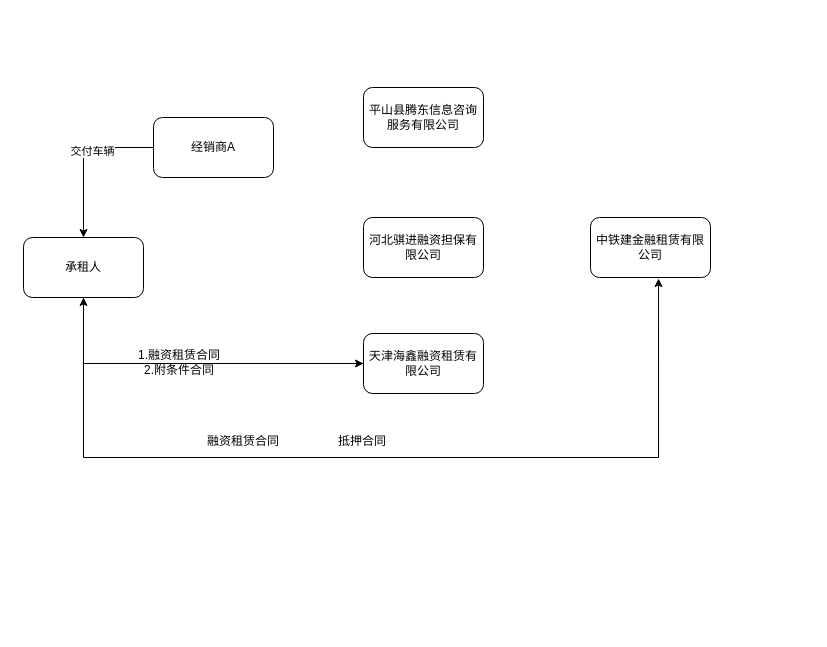
This is 业务形态-交易结构.drawio from XiongZen/QJReconstitution, a draw.io file, before an edit. Source tidied: cells renumbered, new cells numbered last; positions are measured from the earlier drawing's top-left corner, leaving out a move shared by most shapes. Both pictures are drawn from the tidied source at 100%, with x=0, y=0 at pixel (23, 87).
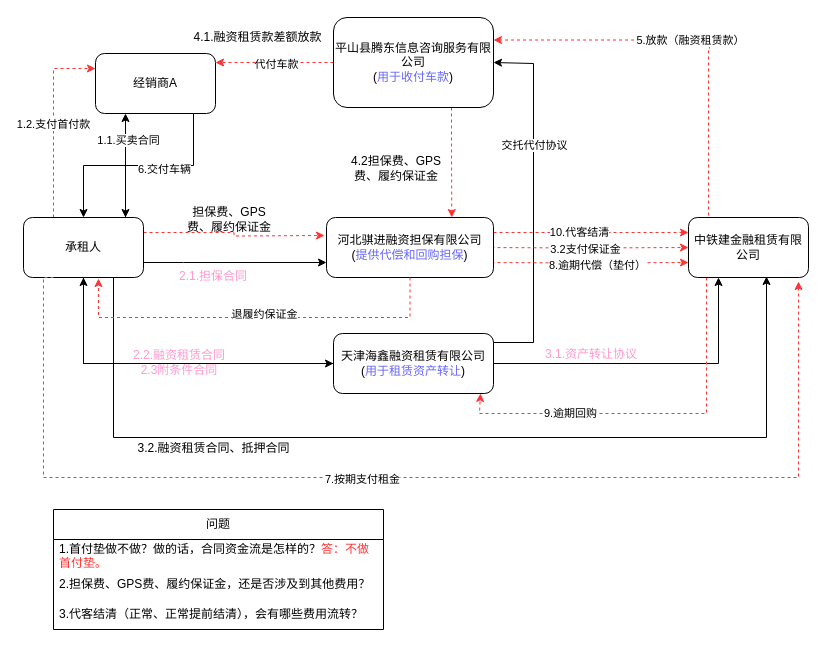
After the change.

Commit message:
Update 业务形态-交易结构.drawio

Diff of the diagram source:
```diff
@@
+    <mxCell id="16" style="edgeStyle=orthogonalEdgeStyle;rounded=0;jettySize=auto;html=1;entryX=1;entryY=0.5;entryDx=0;entryDy=0;dashed=1;strokeColor=#FF3333;" parent="1" edge="1" source="2">
+      <mxGeometry relative="1" as="geometry">
+        <mxPoint x="192" y="-25" as="targetPoint" />
+      </mxGeometry>
+    </mxCell>
+    <mxCell id="17" value="代付车款" style="edgeLabel;html=1;align=center;verticalAlign=middle;" parent="16" vertex="1">
+      <mxGeometry x="-0.02" y="1" relative="1" as="geometry" />
+    </mxCell>
+    <mxCell id="18" style="edgeStyle=orthogonalEdgeStyle;rounded=0;jettySize=auto;html=1;entryX=0.75;entryY=0;entryDx=0;entryDy=0;dashed=1;strokeColor=#FF3333;" parent="1" edge="1" source="2" target="5">
+      <mxGeometry relative="1" as="geometry">
+        <Array as="points">
+          <mxPoint x="428" y="40" />
+          <mxPoint x="428" y="40" />
+        </Array>
+      </mxGeometry>
+    </mxCell>
-    <mxCell id="2" value="平山县腾东信息咨询服务有限公司" style="rounded=1;whiteSpace=wrap;html=1;" parent="1" vertex="1">
-      <mxGeometry x="340" width="120" height="60" as="geometry" />
+    <mxCell id="2" value="平山县腾东信息咨询服务有限公司&lt;div&gt;(&lt;font color=&quot;#6666ff&quot;&gt;用于收付车款&lt;/font&gt;)&lt;/div&gt;" style="rounded=1;whiteSpace=wrap;html=1;" parent="1" vertex="1">
+      <mxGeometry x="310" y="-70" width="160" height="90" as="geometry" />
     </mxCell>
@@
+    <mxCell id="19" style="edgeStyle=orthogonalEdgeStyle;rounded=0;jettySize=auto;html=1;entryX=0.25;entryY=1;entryDx=0;entryDy=0;exitX=1;exitY=0.5;exitDx=0;exitDy=0;" parent="1" edge="1" source="4" target="11">
+      <mxGeometry relative="1" as="geometry" />
+    </mxCell>
+    <mxCell id="20" style="edgeStyle=orthogonalEdgeStyle;rounded=0;jettySize=auto;html=1;entryX=1;entryY=0.5;entryDx=0;entryDy=0;" parent="1" edge="1" target="2">
+      <mxGeometry relative="1" as="geometry">
+        <mxPoint x="461" y="255" as="sourcePoint" />
+        <Array as="points">
+          <mxPoint x="510" y="255" />
+          <mxPoint x="510" y="-24" />
+        </Array>
+      </mxGeometry>
+    </mxCell>
+    <mxCell id="21" value="交托代付协议" style="edgeLabel;html=1;align=center;verticalAlign=middle;" parent="20" vertex="1">
+      <mxGeometry x="0.34" y="-1" relative="1" as="geometry">
+        <mxPoint x="-1" as="offset" />
+      </mxGeometry>
+    </mxCell>
-    <mxCell id="4" value="天津海鑫融资租赁有限公司" style="rounded=1;whiteSpace=wrap;html=1;" parent="1" vertex="1">
-      <mxGeometry x="340" y="246" width="120" height="60" as="geometry" />
+    <mxCell id="4" value="天津海鑫融资租赁有限公司&lt;div&gt;(&lt;font color=&quot;#6666ff&quot;&gt;用于租赁资产转让&lt;/font&gt;)&lt;/div&gt;" style="rounded=1;whiteSpace=wrap;html=1;" parent="1" vertex="1">
+      <mxGeometry x="310" y="246" width="160" height="60" as="geometry" />
     </mxCell>
+    <mxCell id="22" style="edgeStyle=orthogonalEdgeStyle;rounded=0;jettySize=auto;html=1;entryX=0;entryY=0.5;entryDx=0;entryDy=0;dashed=1;strokeColor=#FF3333;" parent="1" edge="1" target="11">
+      <mxGeometry relative="1" as="geometry">
+        <mxPoint x="456" y="160" as="sourcePoint" />
+      </mxGeometry>
+    </mxCell>
+    <mxCell id="23" value="3.2支付保证金" style="edgeLabel;html=1;align=center;verticalAlign=middle;" parent="22" vertex="1">
+      <mxGeometry x="-0.08" y="-1" relative="1" as="geometry">
+        <mxPoint x="10" as="offset" />
+      </mxGeometry>
+    </mxCell>
+    <mxCell id="24" style="edgeStyle=orthogonalEdgeStyle;rounded=0;jettySize=auto;html=1;exitX=1;exitY=0.75;exitDx=0;exitDy=0;entryX=0;entryY=0.75;entryDx=0;entryDy=0;dashed=1;strokeColor=#FF3333;" parent="1" edge="1" target="11">
+      <mxGeometry relative="1" as="geometry">
+        <mxPoint x="456" y="175" as="sourcePoint" />
+      </mxGeometry>
+    </mxCell>
+    <mxCell id="25" value="8.逾期代偿（垫付）" style="edgeLabel;html=1;align=center;verticalAlign=middle;" parent="24" vertex="1">
+      <mxGeometry x="-0.64" y="2" relative="1" as="geometry">
+        <mxPoint x="79" y="4" as="offset" />
+      </mxGeometry>
+    </mxCell>
+    <mxCell id="26" style="edgeStyle=orthogonalEdgeStyle;rounded=0;jettySize=auto;html=1;entryX=0;entryY=0.25;entryDx=0;entryDy=0;dashed=1;strokeColor=#FF3333;" parent="1" edge="1" source="5" target="11">
+      <mxGeometry relative="1" as="geometry">
+        <Array as="points">
+          <mxPoint x="510" y="145" />
+          <mxPoint x="510" y="145" />
+        </Array>
+      </mxGeometry>
+    </mxCell>
+    <mxCell id="27" value="10.代客结清" style="edgeLabel;html=1;align=center;verticalAlign=middle;" parent="26" vertex="1">
+      <mxGeometry x="-0.13" y="1" relative="1" as="geometry" />
+    </mxCell>
-    <mxCell id="5" value="河北骐进融资担保有限公司" style="rounded=1;whiteSpace=wrap;html=1;" parent="1" vertex="1">
-      <mxGeometry x="340" y="130" width="120" height="60" as="geometry" />
+    <mxCell id="5" value="河北骐进融资担保有限公司&lt;div&gt;(&lt;font color=&quot;#6666ff&quot;&gt;提供代偿和回购担保&lt;/font&gt;)&lt;/div&gt;" style="rounded=1;whiteSpace=wrap;html=1;" parent="1" vertex="1">
+      <mxGeometry x="303" y="130" width="167" height="60" as="geometry" />
     </mxCell>
     <mxCell id="6" style="edgeStyle=orthogonalEdgeStyle;rounded=0;jettySize=auto;html=1;entryX=0.5;entryY=0;entryDx=0;entryDy=0;" parent="1" edge="1" source="8" target="10">
-      <mxGeometry relative="1" as="geometry" />
+      <mxGeometry relative="1" as="geometry">
+        <Array as="points">
+          <mxPoint x="170" y="78" />
+          <mxPoint x="60" y="78" />
+        </Array>
+      </mxGeometry>
     </mxCell>
-    <mxCell id="7" value="交付车辆" style="edgeLabel;html=1;align=center;verticalAlign=middle;" parent="6" vertex="1">
+    <mxCell id="7" value="6.交付车辆" style="edgeLabel;html=1;align=center;verticalAlign=middle;" parent="6" vertex="1">
       <mxGeometry x="-0.23" y="3" relative="1" as="geometry" />
     </mxCell>
     <mxCell id="8" value="经销商A" style="rounded=1;whiteSpace=wrap;html=1;" parent="1" vertex="1">
-      <mxGeometry x="130" y="30" width="120" height="60" as="geometry" />
+      <mxGeometry x="72" y="-34" width="120" height="60" as="geometry" />
     </mxCell>
@@
+    <mxCell id="28" style="edgeStyle=orthogonalEdgeStyle;rounded=0;jettySize=auto;html=1;dashed=1;strokeColor=#FF3333;exitX=1;exitY=0.25;exitDx=0;exitDy=0;" parent="1" edge="1" source="10">
+      <mxGeometry relative="1" as="geometry">
+        <mxPoint x="301" y="148" as="targetPoint" />
+      </mxGeometry>
+    </mxCell>
+    <mxCell id="29" style="edgeStyle=orthogonalEdgeStyle;rounded=0;jettySize=auto;html=1;exitX=0.25;exitY=0;exitDx=0;exitDy=0;entryX=0;entryY=0.25;entryDx=0;entryDy=0;dashed=1;strokeColor=#FF3333;" parent="1" edge="1" source="10" target="8">
+      <mxGeometry relative="1" as="geometry" />
+    </mxCell>
+    <mxCell id="30" value="1.2.支付首付款" style="edgeLabel;html=1;align=center;verticalAlign=middle;" parent="29" vertex="1">
+      <mxGeometry x="-0.02" y="1" relative="1" as="geometry" />
+    </mxCell>
+    <mxCell id="31" style="edgeStyle=orthogonalEdgeStyle;rounded=0;jettySize=auto;html=1;entryX=0.25;entryY=1;entryDx=0;entryDy=0;" parent="1" edge="1" source="10" target="8">
+      <mxGeometry relative="1" as="geometry">
+        <Array as="points">
+          <mxPoint x="102" y="120" />
+          <mxPoint x="102" y="120" />
+        </Array>
+      </mxGeometry>
+    </mxCell>
+    <mxCell id="32" style="edgeStyle=orthogonalEdgeStyle;rounded=0;jettySize=auto;html=1;entryX=0;entryY=0.75;entryDx=0;entryDy=0;" parent="1" edge="1" source="10" target="5">
+      <mxGeometry relative="1" as="geometry">
+        <Array as="points">
+          <mxPoint x="160" y="175" />
+          <mxPoint x="160" y="175" />
+        </Array>
+      </mxGeometry>
+    </mxCell>
     <mxCell id="10" value="承租人" style="rounded=1;whiteSpace=wrap;html=1;" parent="1" vertex="1">
-      <mxGeometry y="150" width="120" height="60" as="geometry" />
+      <mxGeometry y="130" width="120" height="60" as="geometry" />
     </mxCell>
+    <mxCell id="33" style="edgeStyle=orthogonalEdgeStyle;rounded=0;jettySize=auto;html=1;entryX=0.5;entryY=1;entryDx=0;entryDy=0;dashed=1;strokeColor=#FF3333;" parent="1" edge="1" source="11">
+      <mxGeometry relative="1" as="geometry">
+        <mxPoint x="457" y="306" as="targetPoint" />
+        <Array as="points">
+          <mxPoint x="683" y="326" />
+          <mxPoint x="456" y="326" />
+        </Array>
+      </mxGeometry>
+    </mxCell>
+    <mxCell id="34" value="9.逾期回购" style="edgeLabel;html=1;align=center;verticalAlign=middle;" parent="33" vertex="1">
+      <mxGeometry x="0.42" y="-1" relative="1" as="geometry">
+        <mxPoint x="-1" as="offset" />
+      </mxGeometry>
+    </mxCell>
+    <mxCell id="35" value="5.放款（融资租赁款）" style="edgeStyle=orthogonalEdgeStyle;rounded=0;jettySize=auto;html=1;entryX=1;entryY=0.25;entryDx=0;entryDy=0;dashed=1;strokeColor=#FF3333;exitX=0.167;exitY=-0.033;exitDx=0;exitDy=0;exitPerimeter=0;" parent="1" edge="1" source="11" target="2">
+      <mxGeometry relative="1" as="geometry">
+        <Array as="points">
+          <mxPoint x="685" y="-39" />
+          <mxPoint x="686" y="-39" />
+          <mxPoint x="686" y="-47" />
+        </Array>
+      </mxGeometry>
+    </mxCell>
     <mxCell id="11" value="中铁建金融租赁有限公司" style="rounded=1;whiteSpace=wrap;html=1;" parent="1" vertex="1">
-      <mxGeometry x="567" y="130" width="120" height="60" as="geometry" />
+      <mxGeometry x="665" y="130" width="120" height="60" as="geometry" />
     </mxCell>
-    <mxCell id="12" value="1.融资租赁合同&lt;br&gt;2.附条件合同" style="text;html=1;align=center;verticalAlign=middle;whiteSpace=wrap;rounded=0;" parent="1" vertex="1">
+    <mxCell id="12" value="2.2.融资租赁合同&lt;br&gt;2.3附条件合同" style="text;html=1;align=center;verticalAlign=middle;whiteSpace=wrap;rounded=0;fontColor=#FF99CC;" parent="1" vertex="1">
       <mxGeometry x="96" y="260" width="120" height="30" as="geometry" />
     </mxCell>
-    <mxCell id="13" style="edgeStyle=orthogonalEdgeStyle;rounded=0;jettySize=auto;html=1;entryX=0.567;entryY=1.017;entryDx=0;entryDy=0;entryPerimeter=0;" parent="1" edge="1" source="10" target="11">
+    <mxCell id="13" style="edgeStyle=orthogonalEdgeStyle;rounded=0;jettySize=auto;html=1;entryX=0.65;entryY=0.983;entryDx=0;entryDy=0;entryPerimeter=0;" parent="1" edge="1" target="11">
       <mxGeometry relative="1" as="geometry">
+        <mxPoint x="90" y="190" as="sourcePoint" />
         <Array as="points">
-          <mxPoint x="60" y="370" />
-          <mxPoint x="635" y="370" />
+          <mxPoint x="90" y="190" />
+          <mxPoint x="90" y="350" />
+          <mxPoint x="743" y="350" />
         </Array>
       </mxGeometry>
     </mxCell>
-    <mxCell id="14" value="融资租赁合同" style="text;html=1;align=center;verticalAlign=middle;whiteSpace=wrap;rounded=0;" parent="1" vertex="1">
-      <mxGeometry x="175" y="334" width="90" height="40" as="geometry" />
+    <mxCell id="14" value="3.2.融资租赁合同、抵押合同" style="text;html=1;align=center;verticalAlign=middle;whiteSpace=wrap;rounded=0;" parent="1" vertex="1">
+      <mxGeometry x="111" y="341" width="159" height="40" as="geometry" />
     </mxCell>
-    <mxCell id="15" value="抵押合同" style="text;html=1;align=center;verticalAlign=middle;whiteSpace=wrap;rounded=0;" parent="1" vertex="1">
-      <mxGeometry x="309" y="339" width="60" height="30" as="geometry" />
-    </mxCell>
+    <mxCell id="36" style="edgeStyle=orthogonalEdgeStyle;rounded=0;jettySize=auto;html=1;dashed=1;strokeColor=#FF3333;entryX=0.917;entryY=1.067;entryDx=0;entryDy=0;entryPerimeter=0;exitX=0.25;exitY=1;exitDx=0;exitDy=0;" parent="1" edge="1" source="10" target="11">
+      <mxGeometry relative="1" as="geometry">
+        <Array as="points">
+          <mxPoint x="20" y="190" />
+          <mxPoint x="20" y="390" />
+          <mxPoint x="775" y="390" />
+        </Array>
+      </mxGeometry>
+    </mxCell>
+    <mxCell id="37" value="7.按期支付租金" style="edgeLabel;html=1;align=center;verticalAlign=middle;" parent="36" vertex="1">
+      <mxGeometry x="-0.09" y="-1" relative="1" as="geometry" />
+    </mxCell>
+    <mxCell id="38" value="3.1.资产转让协议" style="text;html=1;align=center;verticalAlign=middle;whiteSpace=wrap;rounded=0;fontColor=#FF99CC;" parent="1" vertex="1">
+      <mxGeometry x="513" y="252" width="110" height="30" as="geometry" />
+    </mxCell>
+    <mxCell id="39" value="2.1.担保合同" style="text;html=1;align=center;verticalAlign=middle;whiteSpace=wrap;rounded=0;fontColor=#FF99CC;" parent="1" vertex="1">
+      <mxGeometry x="150" y="174" width="80" height="30" as="geometry" />
+    </mxCell>
+    <mxCell id="40" value="4.1.融资租赁款差额放款" style="text;html=1;align=center;verticalAlign=middle;whiteSpace=wrap;rounded=0;" parent="1" vertex="1">
+      <mxGeometry x="168" y="-65" width="133" height="30" as="geometry" />
+    </mxCell>
+    <mxCell id="41" value="担保费、GPS费、履约保证金" style="text;html=1;align=center;verticalAlign=middle;whiteSpace=wrap;rounded=0;" parent="1" vertex="1">
+      <mxGeometry x="157" y="117" width="98" height="30" as="geometry" />
+    </mxCell>
+    <mxCell id="42" value="问题" style="swimlane;fontStyle=0;horizontal=1;startSize=30;whiteSpace=wrap;html=1;" parent="1" vertex="1">
+      <mxGeometry x="30" y="422" width="330" height="120" as="geometry" />
+    </mxCell>
+    <mxCell id="43" value="1.首付垫做不做？做的话，合同资金流是怎样的？&lt;font color=&quot;#ff3333&quot;&gt;答：不做首付垫。&lt;/font&gt;" style="text;strokeColor=none;fillColor=none;align=left;verticalAlign=middle;spacingLeft=4;spacingRight=4;overflow=hidden;whiteSpace=wrap;html=1;" parent="42" vertex="1">
+      <mxGeometry y="30" width="330" height="30" as="geometry" />
+    </mxCell>
+    <mxCell id="44" value="2.&lt;span style=&quot;text-align: center;&quot;&gt;担保费、GPS费、履约保证金，还是否涉及到其他费用？&lt;/span&gt;" style="text;strokeColor=none;fillColor=none;align=left;verticalAlign=middle;spacingLeft=4;spacingRight=4;overflow=hidden;whiteSpace=wrap;html=1;" parent="42" vertex="1">
+      <mxGeometry y="60" width="330" height="30" as="geometry" />
+    </mxCell>
+    <mxCell id="45" value="3.代客结清（正常、正常提前结清），会有哪些费用流转？" style="text;strokeColor=none;fillColor=none;align=left;verticalAlign=middle;spacingLeft=4;spacingRight=4;overflow=hidden;whiteSpace=wrap;html=1;" parent="42" vertex="1">
+      <mxGeometry y="90" width="330" height="30" as="geometry" />
+    </mxCell>
+    <mxCell id="46" style="edgeStyle=orthogonalEdgeStyle;rounded=0;orthogonalLoop=1;jettySize=auto;html=1;entryX=0.85;entryY=0.067;entryDx=0;entryDy=0;entryPerimeter=0;" parent="1" edge="1">
+      <mxGeometry relative="1" as="geometry">
+        <mxPoint x="102" y="30" as="sourcePoint" />
+        <mxPoint x="102" y="130" as="targetPoint" />
+      </mxGeometry>
+    </mxCell>
+    <mxCell id="47" value="1.1.买卖合同" style="edgeLabel;html=1;align=center;verticalAlign=middle;" parent="46" vertex="1">
+      <mxGeometry x="-0.56" y="2" relative="1" as="geometry" />
+    </mxCell>
+    <mxCell id="48" value="4.2担保费、GPS费、履约保证金" style="text;html=1;align=center;verticalAlign=middle;whiteSpace=wrap;rounded=0;" parent="1" vertex="1">
+      <mxGeometry x="324" y="66" width="98" height="30" as="geometry" />
+    </mxCell>
+    <mxCell id="49" style="edgeStyle=orthogonalEdgeStyle;rounded=0;jettySize=auto;html=1;entryX=0.625;entryY=1.017;entryDx=0;entryDy=0;entryPerimeter=0;dashed=1;strokeColor=#FF3333;" parent="1" edge="1" source="5" target="10">
+      <mxGeometry relative="1" as="geometry">
+        <Array as="points">
+          <mxPoint x="387" y="230" />
+          <mxPoint x="75" y="230" />
+        </Array>
+      </mxGeometry>
+    </mxCell>
+    <mxCell id="50" value="退履约保证金" style="edgeLabel;html=1;align=center;verticalAlign=middle;" parent="49" vertex="1">
+      <mxGeometry x="-0.04" y="-4" relative="1" as="geometry">
+        <mxPoint x="1" as="offset" />
+      </mxGeometry>
+    </mxCell>
```
